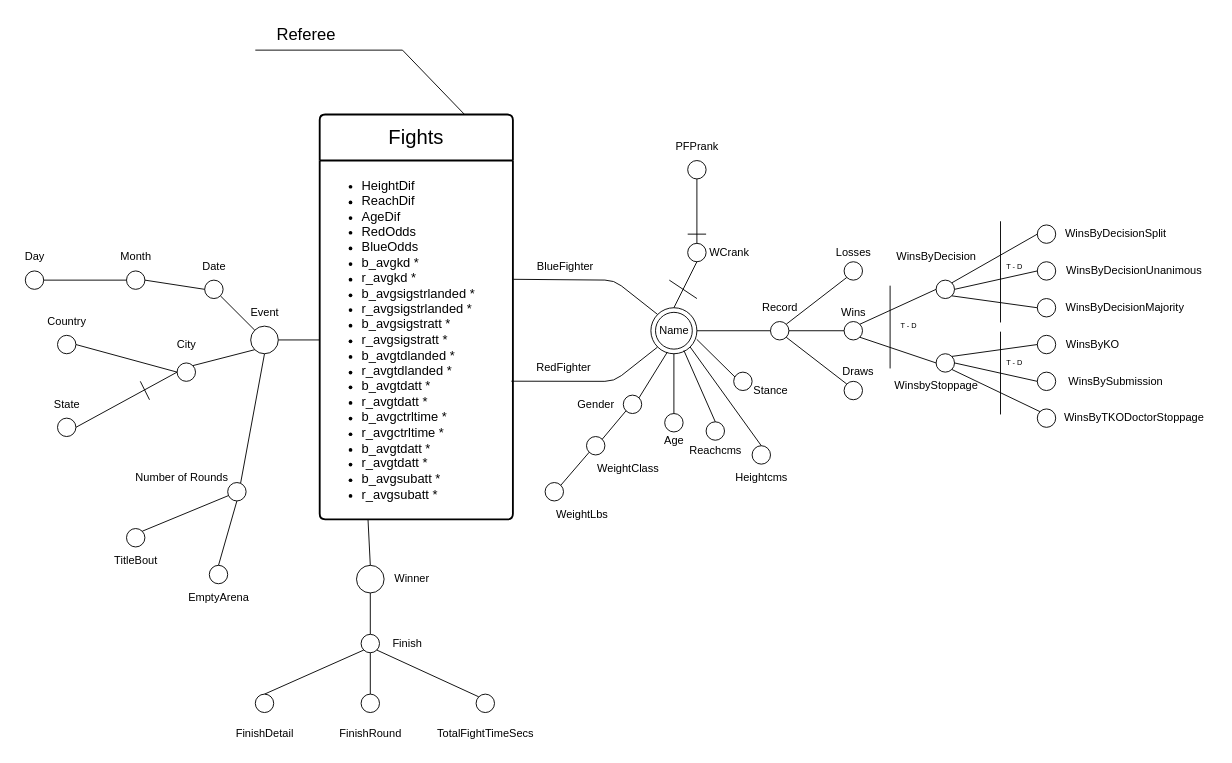
Before: dfm.drawio in tomgiorgini/UFC-Data-Warehouse, a draw.io diagram. Source tidied: cells renumbered, new cells numbered last; positions are measured from the earlier drawing's top-left corner, leaving out a move shared by most shapes. Both pictures are drawn from the tidied source at 92%, with x=0, y=0 at pixel (16, 16).
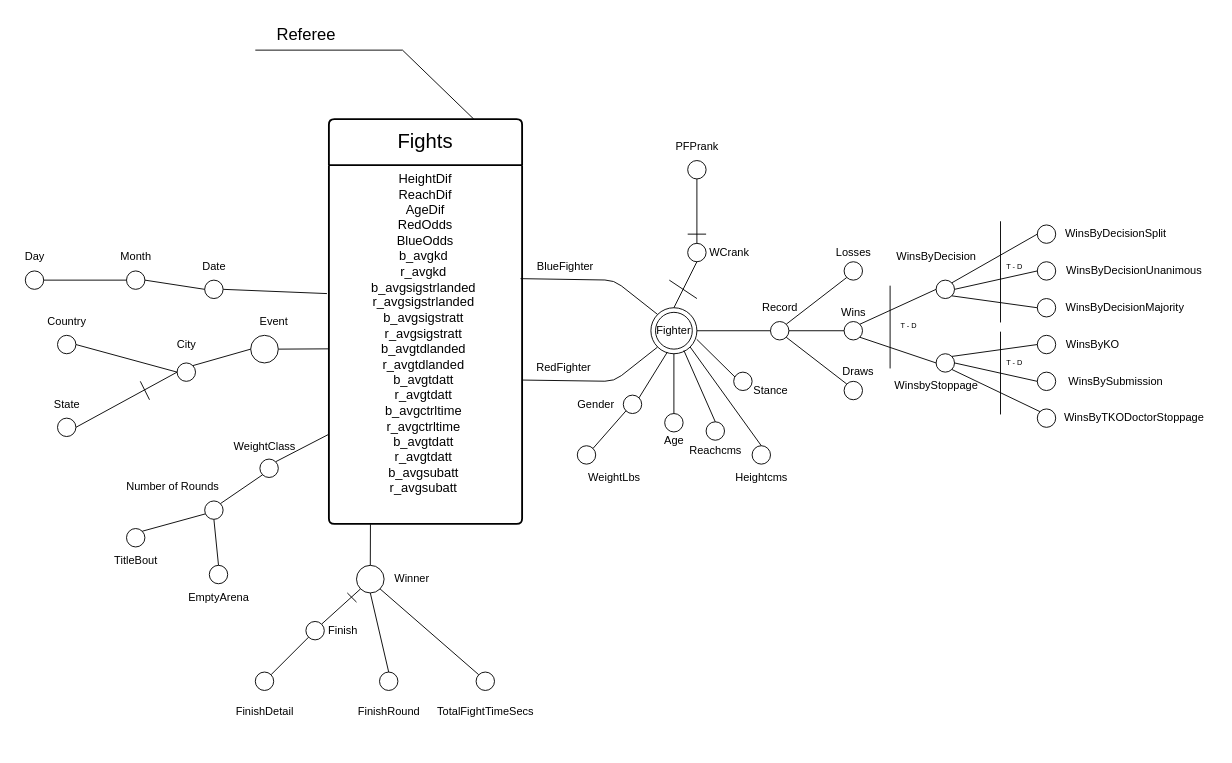
The same diagram, later.

Unchanged cells that the change refers to:
```xml
<mxCell id="12" style="ellipse;whiteSpace=wrap;html=1;rounded=1;labelBackgroundColor=none;" parent="1" vertex="1">
  <mxGeometry x="205" y="287" width="20" height="20" as="geometry" />
</mxCell>
<mxCell id="13" style="ellipse;whiteSpace=wrap;html=1;rounded=1;labelBackgroundColor=none;" parent="1" vertex="1">
  <mxGeometry x="175" y="377" width="20" height="20" as="geometry" />
</mxCell>
<mxCell id="29" style="ellipse;whiteSpace=wrap;html=1;rounded=1;labelBackgroundColor=none;" parent="1" vertex="1">
  <mxGeometry x="370" y="597" width="30" height="30" as="geometry" />
</mxCell>
<mxCell id="52" style="ellipse;whiteSpace=wrap;html=1;rounded=1;labelBackgroundColor=none;" parent="1" vertex="1">
  <mxGeometry x="690" y="317" width="50" height="50" as="geometry" />
</mxCell>
<mxCell id="56" value="&amp;nbsp;BlueFighter" style="text;html=1;align=center;verticalAlign=middle;points=[];strokeColor=none;fillColor=none;rounded=1;labelBackgroundColor=none;" parent="1" vertex="1">
  <mxGeometry x="550" y="257" width="90" height="30" as="geometry" />
</mxCell>
<mxCell id="58" style="ellipse;whiteSpace=wrap;html=1;rounded=1;labelBackgroundColor=none;" parent="1" vertex="1">
  <mxGeometry x="660" y="412" width="20" height="20" as="geometry" />
</mxCell>
```

What changed in the source:
```diff
@@
     <mxCell id="2" value="&lt;font style=&quot;font-size: 22px;&quot;&gt;Fights&lt;/font&gt;" style="swimlane;horizontal=1;startSize=50;rounded=1;fontSize=14;fontStyle=0;strokeWidth=2;shadow=0;dashed=0;align=center;arcSize=4;whiteSpace=wrap;html=1;labelBackgroundColor=none;" parent="1" vertex="1">
-      <mxGeometry x="330" y="107" width="210" height="440" as="geometry" />
+      <mxGeometry x="340" y="112" width="210" height="440" as="geometry" />
     </mxCell>
-    <mxCell id="3" value="&lt;ul&gt;&lt;li style=&quot;&quot;&gt;&lt;font style=&quot;font-size: 14px;&quot;&gt;HeightDif&lt;/font&gt;&lt;/li&gt;&lt;li style=&quot;&quot;&gt;&lt;font style=&quot;font-size: 14px;&quot;&gt;ReachDif&lt;/font&gt;&lt;/li&gt;&lt;li style=&quot;&quot;&gt;&lt;font style=&quot;font-size: 14px;&quot;&gt;AgeDif&lt;/font&gt;&lt;/li&gt;&lt;li style=&quot;&quot;&gt;&lt;font style=&quot;font-size: 14px;&quot;&gt;RedOdds&lt;/font&gt;&lt;/li&gt;&lt;li style=&quot;&quot;&gt;&lt;font style=&quot;font-size: 14px;&quot;&gt;BlueOdds&lt;/font&gt;&lt;/li&gt;&lt;li style=&quot;&quot;&gt;&lt;font style=&quot;font-size: 14px;&quot;&gt;b_avgkd *&lt;/font&gt;&lt;/li&gt;&lt;li style=&quot;&quot;&gt;&lt;font style=&quot;font-size: 14px;&quot;&gt;r_avgkd *&lt;/font&gt;&lt;/li&gt;&lt;li style=&quot;&quot;&gt;&lt;font style=&quot;font-size: 14px;&quot;&gt;b_avgsigstrlanded *&lt;/font&gt;&lt;/li&gt;&lt;li style=&quot;&quot;&gt;&lt;span style=&quot;background-color: transparent; color: light-dark(rgb(0, 0, 0), rgb(255, 255, 255));&quot;&gt;&lt;font style=&quot;font-size: 14px;&quot;&gt;r_avgsigstrlanded *&lt;/font&gt;&lt;/span&gt;&lt;/li&gt;&lt;li style=&quot;&quot;&gt;&lt;span style=&quot;background-color: transparent; color: light-dark(rgb(0, 0, 0), rgb(255, 255, 255));&quot;&gt;&lt;font style=&quot;font-size: 14px;&quot;&gt;b_avgsigstratt *&lt;/font&gt;&lt;/span&gt;&lt;/li&gt;&lt;li style=&quot;&quot;&gt;&lt;font style=&quot;font-size: 14px;&quot;&gt;&lt;span style=&quot;background-color: transparent; color: light-dark(rgb(0, 0, 0), rgb(255, 255, 255));&quot;&gt;r_avgsigstratt *&lt;/span&gt;&amp;nbsp;&lt;/font&gt;&lt;/li&gt;&lt;li style=&quot;&quot;&gt;&lt;font style=&quot;font-size: 14px;&quot;&gt;b_avgtdlanded *&lt;/font&gt;&lt;/li&gt;&lt;li style=&quot;&quot;&gt;&lt;span style=&quot;background-color: transparent; color: light-dark(rgb(0, 0, 0), rgb(255, 255, 255));&quot;&gt;&lt;font style=&quot;font-size: 14px;&quot;&gt;r_avgtdlanded *&lt;/font&gt;&lt;/span&gt;&lt;/li&gt;&lt;li style=&quot;&quot;&gt;&lt;span style=&quot;background-color: transparent; color: light-dark(rgb(0, 0, 0), rgb(255, 255, 255));&quot;&gt;&lt;font style=&quot;font-size: 14px;&quot;&gt;b_avgtdatt *&lt;/font&gt;&lt;/span&gt;&lt;/li&gt;&lt;li style=&quot;&quot;&gt;&lt;span style=&quot;background-color: transparent; color: light-dark(rgb(0, 0, 0), rgb(255, 255, 255));&quot;&gt;&lt;font style=&quot;font-size: 14px;&quot;&gt;r_avgtdatt *&lt;/font&gt;&lt;/span&gt;&lt;/li&gt;&lt;li style=&quot;&quot;&gt;&lt;span style=&quot;background-color: transparent; color: light-dark(rgb(0, 0, 0), rgb(255, 255, 255));&quot;&gt;&lt;font style=&quot;font-size: 14px;&quot;&gt;b_avgctrltime *&lt;/font&gt;&lt;/span&gt;&lt;/li&gt;&lt;li style=&quot;&quot;&gt;&lt;span style=&quot;background-color: transparent; color: light-dark(rgb(0, 0, 0), rgb(255, 255, 255));&quot;&gt;&lt;font style=&quot;font-size: 14px;&quot;&gt;r_avgctrltime *&lt;/font&gt;&lt;/span&gt;&lt;/li&gt;&lt;li style=&quot;&quot;&gt;&lt;span style=&quot;background-color: transparent; color: light-dark(rgb(0, 0, 0), rgb(255, 255, 255));&quot;&gt;&lt;font style=&quot;font-size: 14px;&quot;&gt;b_avgtdatt *&lt;/font&gt;&lt;/span&gt;&lt;/li&gt;&lt;li style=&quot;&quot;&gt;&lt;span style=&quot;background-color: transparent; color: light-dark(rgb(0, 0, 0), rgb(255, 255, 255));&quot;&gt;&lt;font style=&quot;font-size: 14px;&quot;&gt;r_avgtdatt *&lt;/font&gt;&lt;/span&gt;&lt;/li&gt;&lt;li style=&quot;&quot;&gt;&lt;span style=&quot;background-color: transparent; color: light-dark(rgb(0, 0, 0), rgb(255, 255, 255));&quot;&gt;&lt;font style=&quot;font-size: 14px;&quot;&gt;b_avgsubatt *&lt;/font&gt;&lt;/span&gt;&lt;/li&gt;&lt;li style=&quot;&quot;&gt;&lt;span style=&quot;background-color: transparent; color: light-dark(rgb(0, 0, 0), rgb(255, 255, 255));&quot;&gt;&lt;font style=&quot;font-size: 14px;&quot;&gt;r_avgsubatt *&lt;/font&gt;&lt;/span&gt;&lt;/li&gt;&lt;/ul&gt;&lt;div&gt;&lt;div style=&quot;&quot;&gt;&lt;span style=&quot;background-color: transparent; color: light-dark(rgb(0, 0, 0), rgb(255, 255, 255));&quot;&gt;&lt;font style=&quot;font-size: 14px;&quot;&gt;&lt;br&gt;&lt;/font&gt;&lt;/span&gt;&lt;/div&gt;&lt;div&gt;&lt;br&gt;&lt;/div&gt;&lt;/div&gt;" style="align=left;strokeColor=none;fillColor=none;spacingLeft=4;spacingRight=4;fontSize=12;verticalAlign=top;html=1;whiteSpace=wrap;rounded=1;labelBackgroundColor=none;" parent="2" vertex="1">
+    <mxCell id="3" value="&lt;span style=&quot;font-size: 14px; background-color: transparent; color: light-dark(rgb(0, 0, 0), rgb(255, 255, 255));&quot;&gt;HeightDif&lt;/span&gt;&lt;br&gt;&lt;span style=&quot;font-size: 14px; background-color: transparent; color: light-dark(rgb(0, 0, 0), rgb(255, 255, 255));&quot;&gt;ReachDif&lt;/span&gt;&lt;br&gt;&lt;span style=&quot;font-size: 14px; background-color: transparent; color: light-dark(rgb(0, 0, 0), rgb(255, 255, 255));&quot;&gt;AgeDif&lt;/span&gt;&lt;br&gt;&lt;span style=&quot;font-size: 14px; background-color: transparent; color: light-dark(rgb(0, 0, 0), rgb(255, 255, 255));&quot;&gt;RedOdds&lt;/span&gt;&lt;br&gt;&lt;span style=&quot;font-size: 14px; background-color: transparent; color: light-dark(rgb(0, 0, 0), rgb(255, 255, 255));&quot;&gt;BlueOdds&lt;/span&gt;&lt;br&gt;&lt;span style=&quot;font-size: 14px; background-color: transparent; color: light-dark(rgb(0, 0, 0), rgb(255, 255, 255));&quot;&gt;b_avgkd&amp;nbsp;&lt;/span&gt;&lt;br&gt;&lt;span style=&quot;font-size: 14px; background-color: transparent; color: light-dark(rgb(0, 0, 0), rgb(255, 255, 255));&quot;&gt;r_avgkd&amp;nbsp;&lt;/span&gt;&lt;br&gt;&lt;span style=&quot;font-size: 14px; background-color: transparent; color: light-dark(rgb(0, 0, 0), rgb(255, 255, 255));&quot;&gt;b_avgsigstrlanded&amp;nbsp;&lt;/span&gt;&lt;br&gt;&lt;span style=&quot;font-size: 14px; background-color: transparent; color: light-dark(rgb(0, 0, 0), rgb(255, 255, 255));&quot;&gt;r_avgsigstrlanded&amp;nbsp;&lt;/span&gt;&lt;br&gt;&lt;span style=&quot;font-size: 14px; background-color: transparent; color: light-dark(rgb(0, 0, 0), rgb(255, 255, 255));&quot;&gt;b_avgsigstratt&amp;nbsp;&lt;/span&gt;&lt;br&gt;&lt;span style=&quot;font-size: 14px; background-color: transparent; color: light-dark(rgb(0, 0, 0), rgb(255, 255, 255));&quot;&gt;r_avgsigstratt&amp;nbsp;&lt;/span&gt;&lt;br&gt;&lt;span style=&quot;font-size: 14px; background-color: transparent; color: light-dark(rgb(0, 0, 0), rgb(255, 255, 255));&quot;&gt;b_avgtdlanded&amp;nbsp;&lt;/span&gt;&lt;br&gt;&lt;span style=&quot;font-size: 14px; background-color: transparent; color: light-dark(rgb(0, 0, 0), rgb(255, 255, 255));&quot;&gt;r_avgtdlanded&amp;nbsp;&lt;/span&gt;&lt;br&gt;&lt;span style=&quot;font-size: 14px; background-color: transparent; color: light-dark(rgb(0, 0, 0), rgb(255, 255, 255));&quot;&gt;b_avgtdatt&amp;nbsp;&lt;/span&gt;&lt;br&gt;&lt;span style=&quot;font-size: 14px; background-color: transparent; color: light-dark(rgb(0, 0, 0), rgb(255, 255, 255));&quot;&gt;r_avgtdatt&amp;nbsp;&lt;/span&gt;&lt;br&gt;&lt;span style=&quot;font-size: 14px; background-color: transparent; color: light-dark(rgb(0, 0, 0), rgb(255, 255, 255));&quot;&gt;b_avgctrltime&amp;nbsp;&lt;/span&gt;&lt;br&gt;&lt;span style=&quot;font-size: 14px; background-color: transparent; color: light-dark(rgb(0, 0, 0), rgb(255, 255, 255));&quot;&gt;r_avgctrltime&amp;nbsp;&lt;/span&gt;&lt;br&gt;&lt;span style=&quot;font-size: 14px; background-color: transparent; color: light-dark(rgb(0, 0, 0), rgb(255, 255, 255));&quot;&gt;b_avgtdatt&amp;nbsp;&lt;/span&gt;&lt;br&gt;&lt;span style=&quot;font-size: 14px; background-color: transparent; color: light-dark(rgb(0, 0, 0), rgb(255, 255, 255));&quot;&gt;r_avgtdatt&amp;nbsp;&lt;/span&gt;&lt;br&gt;&lt;span style=&quot;font-size: 14px; background-color: transparent; color: light-dark(rgb(0, 0, 0), rgb(255, 255, 255));&quot;&gt;b_avgsubatt&amp;nbsp;&lt;/span&gt;&lt;br&gt;&lt;span style=&quot;font-size: 14px; background-color: transparent; color: light-dark(rgb(0, 0, 0), rgb(255, 255, 255));&quot;&gt;r_avgsubatt&amp;nbsp;&lt;/span&gt;&lt;div&gt;&lt;div&gt;&lt;br&gt;&lt;/div&gt;&lt;/div&gt;" style="align=center;strokeColor=none;fillColor=none;spacingLeft=4;spacingRight=4;fontSize=12;verticalAlign=top;html=1;whiteSpace=wrap;rounded=1;labelBackgroundColor=none;" parent="2" vertex="1">
       <mxGeometry y="50" width="210" height="390" as="geometry" />
     </mxCell>
@@
-    <mxCell id="7" style="endArrow=none;html=1;rounded=1;entryX=0;entryY=0.5;entryDx=0;entryDy=0;exitX=1;exitY=0.5;exitDx=0;exitDy=0;labelBackgroundColor=none;fontColor=default;" parent="1" edge="1" source="8" target="3">
+    <mxCell id="7" style="endArrow=none;html=1;rounded=1;entryX=-0.004;entryY=0.512;entryDx=0;entryDy=0;exitX=1;exitY=0.5;exitDx=0;exitDy=0;labelBackgroundColor=none;fontColor=default;entryPerimeter=0;" parent="1" edge="1" source="8" target="3">
       <mxGeometry relative="1" as="geometry" />
     </mxCell>
     <mxCell id="8" style="ellipse;whiteSpace=wrap;html=1;rounded=1;labelBackgroundColor=none;" parent="1" vertex="1">
-      <mxGeometry x="255" y="337" width="30" height="30" as="geometry" />
+      <mxGeometry x="255" y="347" width="30" height="30" as="geometry" />
     </mxCell>
     <mxCell id="9" value="Event" style="text;html=1;align=center;verticalAlign=middle;strokeColor=none;fillColor=none;rounded=1;labelBackgroundColor=none;" parent="1" vertex="1">
-      <mxGeometry x="245" y="307" width="50" height="30" as="geometry" />
+      <mxGeometry x="255" y="317" width="50" height="30" as="geometry" />
     </mxCell>
-    <mxCell id="10" style="endArrow=none;html=1;rounded=1;entryX=0;entryY=0;entryDx=0;entryDy=0;exitX=1;exitY=1;exitDx=0;exitDy=0;labelBackgroundColor=none;fontColor=default;" parent="1" edge="1" source="12" target="8">
+    <mxCell id="10" style="endArrow=none;html=1;rounded=1;exitX=1;exitY=0.5;exitDx=0;exitDy=0;labelBackgroundColor=none;fontColor=default;entryX=-0.01;entryY=0.358;entryDx=0;entryDy=0;entryPerimeter=0;" parent="1" edge="1" source="12" target="3">
       <mxGeometry relative="1" as="geometry" />
     </mxCell>
-    <mxCell id="11" style="endArrow=none;html=1;rounded=1;entryX=0;entryY=1;entryDx=0;entryDy=0;exitX=1;exitY=0;exitDx=0;exitDy=0;labelBackgroundColor=none;fontColor=default;" parent="1" edge="1" source="13" target="8">
+    <mxCell id="11" style="endArrow=none;html=1;rounded=1;entryX=0;entryY=0.5;entryDx=0;entryDy=0;exitX=1;exitY=0;exitDx=0;exitDy=0;labelBackgroundColor=none;fontColor=default;" parent="1" edge="1" source="13" target="8">
       <mxGeometry relative="1" as="geometry" />
     </mxCell>
@@
-    <mxCell id="31" style="endArrow=none;html=1;rounded=1;entryX=0.25;entryY=1;entryDx=0;entryDy=0;exitX=0.5;exitY=0;exitDx=0;exitDy=0;labelBackgroundColor=none;fontColor=default;" parent="1" edge="1" source="29" target="3">
+    <mxCell id="31" style="endArrow=none;html=1;rounded=1;entryX=0.215;entryY=1.001;entryDx=0;entryDy=0;exitX=0.5;exitY=0;exitDx=0;exitDy=0;labelBackgroundColor=none;fontColor=default;entryPerimeter=0;" parent="1" edge="1" source="29" target="3">
       <mxGeometry relative="1" as="geometry" />
     </mxCell>
-    <mxCell id="32" style="endArrow=none;html=1;rounded=1;entryX=0.5;entryY=1;entryDx=0;entryDy=0;exitX=0.5;exitY=0;exitDx=0;exitDy=0;labelBackgroundColor=none;fontColor=default;" parent="1" edge="1" source="33" target="29">
+    <mxCell id="32" style="endArrow=none;html=1;rounded=1;entryX=0;entryY=1;entryDx=0;entryDy=0;exitX=1;exitY=0;exitDx=0;exitDy=0;labelBackgroundColor=none;fontColor=default;" parent="1" edge="1" source="33" target="29">
       <mxGeometry relative="1" as="geometry" />
     </mxCell>
     <mxCell id="33" style="ellipse;whiteSpace=wrap;html=1;rounded=1;labelBackgroundColor=none;" parent="1" vertex="1">
-      <mxGeometry x="375" y="672" width="20" height="20" as="geometry" />
+      <mxGeometry x="315" y="658" width="20" height="20" as="geometry" />
     </mxCell>
     <mxCell id="34" value="Finish" style="text;html=1;align=center;verticalAlign=middle;strokeColor=none;fillColor=none;rounded=1;labelBackgroundColor=none;" parent="1" vertex="1">
-      <mxGeometry x="395" y="667" width="60" height="30" as="geometry" />
+      <mxGeometry x="325" y="653" width="60" height="30" as="geometry" />
     </mxCell>
-    <mxCell id="35" style="endArrow=none;html=1;rounded=1;entryX=0;entryY=1;entryDx=0;entryDy=0;exitX=0.5;exitY=0;exitDx=0;exitDy=0;labelBackgroundColor=none;fontColor=default;" parent="1" edge="1" source="38" target="33">
+    <mxCell id="35" style="endArrow=none;html=1;rounded=1;entryX=0;entryY=1;entryDx=0;entryDy=0;exitX=1;exitY=0;exitDx=0;exitDy=0;labelBackgroundColor=none;fontColor=default;" parent="1" edge="1" source="38" target="33">
       <mxGeometry relative="1" as="geometry" />
     </mxCell>
-    <mxCell id="36" style="endArrow=none;html=1;rounded=1;exitX=0.5;exitY=0;exitDx=0;exitDy=0;entryX=0.5;entryY=1;entryDx=0;entryDy=0;labelBackgroundColor=none;fontColor=default;" parent="1" edge="1" source="39" target="33">
+    <mxCell id="36" style="endArrow=none;html=1;rounded=1;exitX=0.5;exitY=0;exitDx=0;exitDy=0;labelBackgroundColor=none;fontColor=default;entryX=0.5;entryY=1;entryDx=0;entryDy=0;" parent="1" edge="1" source="39" target="29">
       <mxGeometry relative="1" as="geometry" />
     </mxCell>
-    <mxCell id="37" style="endArrow=none;html=1;rounded=1;entryX=1;entryY=1;entryDx=0;entryDy=0;exitX=0;exitY=0;exitDx=0;exitDy=0;labelBackgroundColor=none;fontColor=default;" parent="1" edge="1" source="40" target="33">
+    <mxCell id="37" style="endArrow=none;html=1;rounded=1;exitX=0;exitY=0;exitDx=0;exitDy=0;labelBackgroundColor=none;fontColor=default;entryX=1;entryY=1;entryDx=0;entryDy=0;" parent="1" edge="1" source="40" target="29">
       <mxGeometry relative="1" as="geometry" />
     </mxCell>
     <mxCell id="38" style="ellipse;whiteSpace=wrap;html=1;rounded=1;labelBackgroundColor=none;" parent="1" vertex="1">
-      <mxGeometry x="260" y="737" width="20" height="20" as="geometry" />
+      <mxGeometry x="260" y="713" width="20" height="20" as="geometry" />
     </mxCell>
     <mxCell id="39" style="ellipse;whiteSpace=wrap;html=1;rounded=1;labelBackgroundColor=none;" parent="1" vertex="1">
-      <mxGeometry x="375" y="737" width="20" height="20" as="geometry" />
+      <mxGeometry x="395" y="713" width="20" height="20" as="geometry" />
     </mxCell>
     <mxCell id="40" style="ellipse;whiteSpace=wrap;html=1;rounded=1;labelBackgroundColor=none;" parent="1" vertex="1">
-      <mxGeometry x="500" y="737" width="20" height="20" as="geometry" />
+      <mxGeometry x="500" y="713" width="20" height="20" as="geometry" />
     </mxCell>
     <mxCell id="41" value="FinishDetail" style="text;html=1;align=center;verticalAlign=middle;strokeColor=none;fillColor=none;rounded=1;labelBackgroundColor=none;" parent="1" vertex="1">
-      <mxGeometry x="225" y="765" width="90" height="30" as="geometry" />
+      <mxGeometry x="225" y="741" width="90" height="30" as="geometry" />
     </mxCell>
     <mxCell id="42" value="FinishRound" style="text;html=1;align=center;verticalAlign=middle;strokeColor=none;fillColor=none;rounded=1;labelBackgroundColor=none;" parent="1" vertex="1">
-      <mxGeometry x="340" y="765" width="90" height="30" as="geometry" />
+      <mxGeometry x="360" y="741" width="90" height="30" as="geometry" />
     </mxCell>
     <mxCell id="43" value="TotalFightTimeSecs" style="text;html=1;align=center;verticalAlign=middle;strokeColor=none;fillColor=none;rounded=1;labelBackgroundColor=none;" parent="1" vertex="1">
-      <mxGeometry x="445" y="765" width="130" height="30" as="geometry" />
+      <mxGeometry x="445" y="741" width="130" height="30" as="geometry" />
     </mxCell>
     <mxCell id="44" value="Number of Rounds" style="text;html=1;align=center;verticalAlign=middle;strokeColor=none;fillColor=none;rounded=1;labelBackgroundColor=none;" parent="1" vertex="1">
-      <mxGeometry x="120" y="487" width="120" height="30" as="geometry" />
+      <mxGeometry x="110" y="497" width="120" height="30" as="geometry" />
     </mxCell>
-    <mxCell id="45" style="endArrow=none;html=1;rounded=1;entryX=0.5;entryY=1;entryDx=0;entryDy=0;exitX=0.691;exitY=0.092;exitDx=0;exitDy=0;labelBackgroundColor=none;fontColor=default;exitPerimeter=0;" parent="1" edge="1" source="123" target="8">
+    <mxCell id="45" style="endArrow=none;html=1;rounded=1;entryX=0;entryY=0.75;entryDx=0;entryDy=0;labelBackgroundColor=none;fontColor=default;exitX=1;exitY=0;exitDx=0;exitDy=0;" parent="1" edge="1" source="59" target="3">
       <mxGeometry relative="1" as="geometry" />
     </mxCell>
@@
-    <mxCell id="53" style="ellipse;whiteSpace=wrap;html=1;rounded=1;labelBackgroundColor=none;" parent="1" vertex="1">
+    <mxCell id="53" value="Fighter" style="ellipse;whiteSpace=wrap;html=1;rounded=1;labelBackgroundColor=none;" parent="1" vertex="1">
       <mxGeometry x="695" y="322" width="40" height="40" as="geometry" />
     </mxCell>
-    <mxCell id="54" style="endArrow=none;html=1;rounded=1;exitX=1.002;exitY=0.331;exitDx=0;exitDy=0;exitPerimeter=0;entryX=0;entryY=0;entryDx=0;entryDy=0;labelBackgroundColor=none;fontColor=default;" parent="1" edge="1" source="3" target="52">
+    <mxCell id="54" style="endArrow=none;html=1;rounded=1;exitX=-0.019;exitY=0.946;exitDx=0;exitDy=0;exitPerimeter=0;entryX=0;entryY=0;entryDx=0;entryDy=0;labelBackgroundColor=none;fontColor=default;" parent="1" edge="1" source="56" target="52">
       <mxGeometry relative="1" as="geometry">
         <Array as="points">
           <mxPoint x="650" y="287" />
         </Array>
       </mxGeometry>
     </mxCell>
-    <mxCell id="55" style="endArrow=none;html=1;rounded=1;exitX=0.992;exitY=0.615;exitDx=0;exitDy=0;exitPerimeter=0;entryX=0;entryY=1;entryDx=0;entryDy=0;labelBackgroundColor=none;fontColor=default;" parent="1" edge="1" source="3" target="52">
+    <mxCell id="55" style="endArrow=none;html=1;rounded=1;exitX=1;exitY=0.599;exitDx=0;exitDy=0;exitPerimeter=0;entryX=0;entryY=1;entryDx=0;entryDy=0;labelBackgroundColor=none;fontColor=default;" parent="1" edge="1" source="3" target="52">
       <mxGeometry relative="1" as="geometry">
         <Array as="points">
           <mxPoint x="650" y="397" />
         </Array>
       </mxGeometry>
     </mxCell>
@@
     <mxCell id="59" style="ellipse;whiteSpace=wrap;html=1;rounded=1;labelBackgroundColor=none;" parent="1" vertex="1">
-      <mxGeometry x="620" y="457" width="20" height="20" as="geometry" />
+      <mxGeometry x="265" y="481.5" width="20" height="20" as="geometry" />
     </mxCell>
     <mxCell id="60" style="ellipse;whiteSpace=wrap;html=1;rounded=1;labelBackgroundColor=none;" parent="1" vertex="1">
-      <mxGeometry x="575" y="507" width="20" height="20" as="geometry" />
+      <mxGeometry x="610" y="467" width="20" height="20" as="geometry" />
     </mxCell>
-    <mxCell id="61" style="endArrow=none;html=1;rounded=1;entryX=0;entryY=1;entryDx=0;entryDy=0;exitX=1;exitY=0;exitDx=0;exitDy=0;labelBackgroundColor=none;fontColor=default;" parent="1" edge="1" source="60" target="59">
+    <mxCell id="61" style="endArrow=none;html=1;rounded=1;entryX=0;entryY=1;entryDx=0;entryDy=0;exitX=1;exitY=0;exitDx=0;exitDy=0;labelBackgroundColor=none;fontColor=default;" parent="1" edge="1" source="60" target="58">
       <mxGeometry relative="1" as="geometry" />
     </mxCell>
-    <mxCell id="62" style="endArrow=none;html=1;rounded=1;entryX=0;entryY=1;entryDx=0;entryDy=0;exitX=1;exitY=0;exitDx=0;exitDy=0;labelBackgroundColor=none;fontColor=default;" parent="1" edge="1" source="59" target="58">
-      <mxGeometry relative="1" as="geometry" />
-    </mxCell>
@@
     <mxCell id="65" value="WeightClass" style="text;html=1;align=center;verticalAlign=middle;strokeColor=none;fillColor=none;rounded=1;labelBackgroundColor=none;" parent="1" vertex="1">
-      <mxGeometry x="620" y="477" width="90" height="30" as="geometry" />
+      <mxGeometry x="225" y="452.5" width="90" height="30" as="geometry" />
     </mxCell>
     <mxCell id="66" value="WeightLbs" style="text;html=1;align=center;verticalAlign=middle;strokeColor=none;fillColor=none;rounded=1;labelBackgroundColor=none;" parent="1" vertex="1">
-      <mxGeometry x="575" y="527" width="80" height="30" as="geometry" />
+      <mxGeometry x="610" y="487" width="80" height="30" as="geometry" />
     </mxCell>
@@
     <mxCell id="123" style="ellipse;whiteSpace=wrap;html=1;rounded=1;labelBackgroundColor=none;" parent="1" vertex="1">
-      <mxGeometry x="230" y="507" width="20" height="20" as="geometry" />
+      <mxGeometry x="205" y="527" width="20" height="20" as="geometry" />
     </mxCell>
@@
-    <mxCell id="130" value="Name" style="text;html=1;align=center;verticalAlign=middle;strokeColor=none;fillColor=none;" parent="1" vertex="1">
-      <mxGeometry x="685" y="327" width="60" height="30" as="geometry" />
-    </mxCell>
+    <mxCell id="131" style="endArrow=none;html=1;rounded=1;labelBackgroundColor=none;fontColor=default;" parent="1" edge="1">
+      <mxGeometry relative="1" as="geometry">
+        <mxPoint x="370" y="637" as="sourcePoint" />
+        <mxPoint x="360" y="627" as="targetPoint" />
+      </mxGeometry>
+    </mxCell>
+    <mxCell id="132" style="endArrow=none;html=1;rounded=1;exitX=1;exitY=0;exitDx=0;exitDy=0;entryX=0;entryY=1;entryDx=0;entryDy=0;labelBackgroundColor=none;fontColor=default;" parent="1" edge="1" source="123" target="59">
+      <mxGeometry relative="1" as="geometry" />
+    </mxCell>
```
